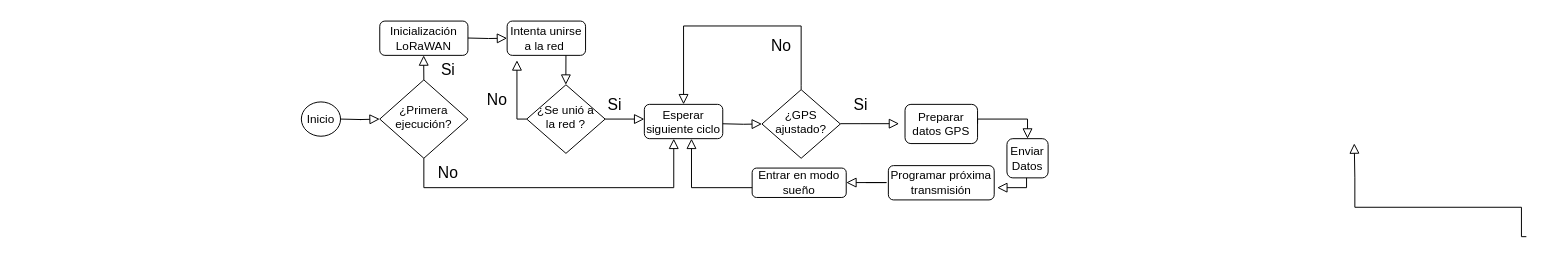
Above: page "Copia de Page-1" (2 of 3) of diagramadeflujoRFID.drawio in Sasarindo00/Ingenieria-6semestre (draw.io), before the change. Source tidied: cells renumbered, new cells numbered last; positions are measured from the earlier drawing's top-left corner, leaving out a move shared by most shapes. Both pictures are drawn from the tidied source at 98%, with x=0, y=0 at pixel (301, 21).
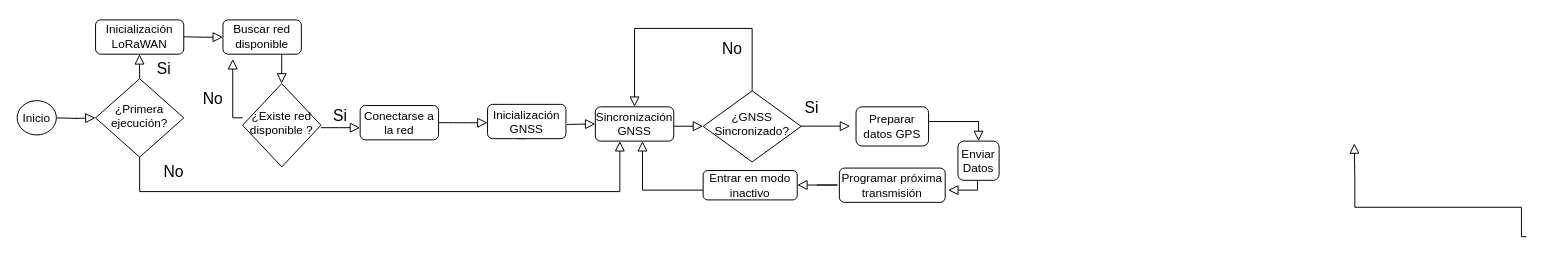
The same page after the edit.

What changed in the source:
```diff
@@
     <mxCell id="2" style="rounded=0;html=1;jettySize=auto;orthogonalLoop=1;fontSize=11;endArrow=block;endFill=0;endSize=8;strokeWidth=1;shadow=0;labelBackgroundColor=none;edgeStyle=orthogonalEdgeStyle;" parent="1" edge="1">
       <mxGeometry relative="1" as="geometry">
-        <mxPoint x="40" y="100" as="sourcePoint" />
-        <mxPoint x="80" y="100" as="targetPoint" />
+        <mxPoint x="-250" y="98.8" as="sourcePoint" />
+        <mxPoint x="-210" y="98.8" as="targetPoint" />
       </mxGeometry>
     </mxCell>
     <mxCell id="3" value="Inicio" style="ellipse;whiteSpace=wrap;html=1;" parent="1" vertex="1">
-      <mxGeometry y="82.5" width="40" height="35" as="geometry" />
+      <mxGeometry x="-290" y="81.2" width="40" height="35" as="geometry" />
     </mxCell>
@@
     <mxCell id="5" value="Si" style="text;html=1;align=center;verticalAlign=middle;whiteSpace=wrap;rounded=0;fontSize=16;" parent="1" vertex="1">
-      <mxGeometry x="120" y="35" width="60" height="30" as="geometry" />
+      <mxGeometry x="-170" y="33.8" width="60" height="30" as="geometry" />
     </mxCell>
     <mxCell id="6" value="¿Primera ejecución?" style="rhombus;whiteSpace=wrap;html=1;shadow=0;fontFamily=Helvetica;fontSize=12;align=center;strokeWidth=1;spacing=6;spacingTop=-4;" parent="1" vertex="1">
-      <mxGeometry x="80" y="60" width="90" height="80" as="geometry" />
+      <mxGeometry x="-210" y="58.8" width="90" height="80" as="geometry" />
     </mxCell>
     <mxCell id="7" style="rounded=0;html=1;jettySize=auto;orthogonalLoop=1;fontSize=11;endArrow=block;endFill=0;endSize=8;strokeWidth=1;shadow=0;labelBackgroundColor=none;edgeStyle=orthogonalEdgeStyle;" parent="1" edge="1">
       <mxGeometry relative="1" as="geometry">
-        <mxPoint x="510" y="70" as="sourcePoint" />
-        <mxPoint x="390" y="85" as="targetPoint" />
+        <mxPoint x="460" y="72.5" as="sourcePoint" />
+        <mxPoint x="340" y="87.5" as="targetPoint" />
         <Array as="points">
-          <mxPoint x="510" y="66" />
-          <mxPoint x="510" y="5" />
-          <mxPoint x="390" y="5" />
+          <mxPoint x="460" y="68.5" />
+          <mxPoint x="460" y="7.5" />
+          <mxPoint x="340" y="7.5" />
         </Array>
       </mxGeometry>
     </mxCell>
     <mxCell id="8" value="No" style="text;html=1;align=center;verticalAlign=middle;whiteSpace=wrap;rounded=0;fontSize=16;" parent="1" vertex="1">
-      <mxGeometry x="460" y="10" width="60" height="30" as="geometry" />
+      <mxGeometry x="410" y="12.5" width="60" height="30" as="geometry" />
     </mxCell>
     <mxCell id="9" style="rounded=0;html=1;jettySize=auto;orthogonalLoop=1;fontSize=11;endArrow=block;endFill=0;endSize=8;strokeWidth=1;shadow=0;labelBackgroundColor=none;edgeStyle=orthogonalEdgeStyle;" parent="1" edge="1">
       <mxGeometry relative="1" as="geometry">
-        <mxPoint x="550" y="104.7" as="sourcePoint" />
-        <mxPoint x="610" y="104.7" as="targetPoint" />
+        <mxPoint x="500" y="107.2" as="sourcePoint" />
+        <mxPoint x="560" y="107.2" as="targetPoint" />
         <Array as="points">
-          <mxPoint x="571" y="105.1" />
-          <mxPoint x="571" y="105.1" />
+          <mxPoint x="521" y="107.6" />
+          <mxPoint x="521" y="107.6" />
         </Array>
       </mxGeometry>
     </mxCell>
     <mxCell id="10" value="Si" style="text;html=1;align=center;verticalAlign=middle;whiteSpace=wrap;rounded=0;fontSize=16;" parent="1" vertex="1">
-      <mxGeometry x="541" y="70" width="60" height="30" as="geometry" />
+      <mxGeometry x="491" y="72.5" width="60" height="30" as="geometry" />
     </mxCell>
     <mxCell id="11" value="Inicialización LoRaWAN" style="rounded=1;whiteSpace=wrap;html=1;fontSize=12;glass=0;strokeWidth=1;shadow=0;" parent="1" vertex="1">
-      <mxGeometry x="80" width="90" height="35" as="geometry" />
+      <mxGeometry x="-210" y="-1.2" width="90" height="35" as="geometry" />
     </mxCell>
-    <mxCell id="12" value="Esperar siguiente ciclo" style="rounded=1;whiteSpace=wrap;html=1;fontSize=12;glass=0;strokeWidth=1;shadow=0;" parent="1" vertex="1">
-      <mxGeometry x="350" y="85" width="80" height="35" as="geometry" />
-    </mxCell>
     <mxCell id="13" style="rounded=0;html=1;jettySize=auto;orthogonalLoop=1;fontSize=11;endArrow=block;endFill=0;endSize=8;strokeWidth=1;shadow=0;labelBackgroundColor=none;edgeStyle=orthogonalEdgeStyle;entryX=0;entryY=1;entryDx=0;entryDy=0;" parent="1" edge="1">
       <mxGeometry relative="1" as="geometry">
-        <mxPoint x="310" y="100" as="sourcePoint" />
-        <mxPoint x="350" y="100" as="targetPoint" />
+        <mxPoint x="20" y="108.8" as="sourcePoint" />
+        <mxPoint x="60" y="108.8" as="targetPoint" />
         <Array as="points">
-          <mxPoint x="310" y="100" />
+          <mxPoint x="20" y="108.8" />
         </Array>
       </mxGeometry>
     </mxCell>
-    <mxCell id="14" value="¿GPS ajustado?" style="rhombus;whiteSpace=wrap;html=1;shadow=0;fontFamily=Helvetica;fontSize=12;align=center;strokeWidth=1;spacing=6;spacingTop=-4;" parent="1" vertex="1">
-      <mxGeometry x="470" y="70" width="80" height="70" as="geometry" />
+    <mxCell id="14" value="¿GNSS Sincronizado?" style="rhombus;whiteSpace=wrap;html=1;shadow=0;fontFamily=Helvetica;fontSize=12;align=center;strokeWidth=1;spacing=6;spacingTop=-4;" parent="1" vertex="1">
+      <mxGeometry x="410" y="71.2" width="100" height="72.5" as="geometry" />
     </mxCell>
     <mxCell id="15" style="rounded=0;html=1;jettySize=auto;orthogonalLoop=1;fontSize=11;endArrow=block;endFill=0;endSize=8;strokeWidth=1;shadow=0;labelBackgroundColor=none;edgeStyle=orthogonalEdgeStyle;" parent="1" edge="1">
       <mxGeometry relative="1" as="geometry">
-        <mxPoint x="430" y="104.8" as="sourcePoint" />
-        <mxPoint x="470" y="105" as="targetPoint" />
+        <mxPoint x="380" y="107.3" as="sourcePoint" />
+        <mxPoint x="410" y="108" as="targetPoint" />
       </mxGeometry>
     </mxCell>
     <mxCell id="16" value="Preparar datos GPS" style="rounded=1;whiteSpace=wrap;html=1;fontSize=12;glass=0;strokeWidth=1;shadow=0;" parent="1" vertex="1">
-      <mxGeometry x="616" y="85" width="74" height="40" as="geometry" />
+      <mxGeometry x="566" y="87.5" width="74" height="40" as="geometry" />
     </mxCell>
     <mxCell id="17" value="Enviar Datos" style="rounded=1;whiteSpace=wrap;html=1;fontSize=12;glass=0;strokeWidth=1;shadow=0;" parent="1" vertex="1">
-      <mxGeometry x="720" y="120" width="42" height="40" as="geometry" />
+      <mxGeometry x="670" y="122.5" width="42" height="40" as="geometry" />
     </mxCell>
     <mxCell id="18" style="rounded=0;html=1;jettySize=auto;fontSize=11;endArrow=block;endFill=0;endSize=8;strokeWidth=1;shadow=0;labelBackgroundColor=none;edgeStyle=orthogonalEdgeStyle;entryX=0.5;entryY=0;entryDx=0;entryDy=0;" parent="1" edge="1" target="17">
       <mxGeometry relative="1" as="geometry">
-        <mxPoint x="690" y="104.8" as="sourcePoint" />
+        <mxPoint x="640" y="107.3" as="sourcePoint" />
         <Array as="points">
-          <mxPoint x="690" y="100" />
-          <mxPoint x="741" y="100" />
+          <mxPoint x="640" y="102.5" />
+          <mxPoint x="691" y="102.5" />
         </Array>
       </mxGeometry>
     </mxCell>
     <mxCell id="19" value="Programar próxima transmisión" style="rounded=1;whiteSpace=wrap;html=1;fontSize=12;glass=0;strokeWidth=1;shadow=0;" parent="1" vertex="1">
-      <mxGeometry x="599" y="147.5" width="108" height="35" as="geometry" />
+      <mxGeometry x="549" y="150" width="108" height="35" as="geometry" />
     </mxCell>
     <mxCell id="20" style="rounded=0;html=1;jettySize=auto;orthogonalLoop=1;fontSize=11;endArrow=block;endFill=0;endSize=8;strokeWidth=1;shadow=0;labelBackgroundColor=none;edgeStyle=orthogonalEdgeStyle;" parent="1" edge="1">
       <mxGeometry relative="1" as="geometry">
-        <mxPoint x="740" y="160" as="sourcePoint" />
-        <mxPoint x="710" y="170" as="targetPoint" />
+        <mxPoint x="690" y="162.5" as="sourcePoint" />
+        <mxPoint x="660" y="172.5" as="targetPoint" />
         <Array as="points">
-          <mxPoint x="740" y="170" />
+          <mxPoint x="690" y="172.5" />
         </Array>
       </mxGeometry>
     </mxCell>
-    <mxCell id="21" value="Entrar en modo sueño" style="rounded=1;whiteSpace=wrap;html=1;fontSize=12;glass=0;strokeWidth=1;shadow=0;" parent="1" vertex="1">
-      <mxGeometry x="460" y="150" width="96" height="30" as="geometry" />
+    <mxCell id="21" value="Entrar en modo inactivo" style="rounded=1;whiteSpace=wrap;html=1;fontSize=12;glass=0;strokeWidth=1;shadow=0;" parent="1" vertex="1">
+      <mxGeometry x="410" y="152.5" width="96" height="30" as="geometry" />
     </mxCell>
     <mxCell id="22" style="rounded=0;html=1;jettySize=auto;orthogonalLoop=1;fontSize=11;endArrow=block;endFill=0;endSize=8;strokeWidth=1;shadow=0;labelBackgroundColor=none;edgeStyle=orthogonalEdgeStyle;" parent="1" edge="1">
       <mxGeometry relative="1" as="geometry">
-        <mxPoint x="460" y="170" as="sourcePoint" />
-        <mxPoint x="398.1" y="120" as="targetPoint" />
+        <mxPoint x="410" y="172.5" as="sourcePoint" />
+        <mxPoint x="348.1" y="122.5" as="targetPoint" />
         <Array as="points">
-          <mxPoint x="398" y="170" />
+          <mxPoint x="348" y="172.5" />
         </Array>
       </mxGeometry>
     </mxCell>
     <mxCell id="23" style="rounded=0;html=1;jettySize=auto;orthogonalLoop=1;fontSize=11;endArrow=block;endFill=0;endSize=8;strokeWidth=1;shadow=0;labelBackgroundColor=none;edgeStyle=orthogonalEdgeStyle;" parent="1" edge="1">
       <mxGeometry relative="1" as="geometry">
-        <mxPoint x="125" y="60" as="sourcePoint" />
-        <mxPoint x="124.8" y="35" as="targetPoint" />
+        <mxPoint x="-165" y="58.8" as="sourcePoint" />
+        <mxPoint x="-165.2" y="33.8" as="targetPoint" />
       </mxGeometry>
     </mxCell>
-    <mxCell id="24" value="Intenta unirse a la red&amp;nbsp;" style="rounded=1;whiteSpace=wrap;html=1;fontSize=12;glass=0;strokeWidth=1;shadow=0;" parent="1" vertex="1">
-      <mxGeometry x="210" width="80" height="35" as="geometry" />
+    <mxCell id="24" value="Buscar red disponible" style="rounded=1;whiteSpace=wrap;html=1;fontSize=12;glass=0;strokeWidth=1;shadow=0;" parent="1" vertex="1">
+      <mxGeometry x="-80" y="-1.2" width="80" height="35" as="geometry" />
     </mxCell>
-    <mxCell id="25" value="¿Se unió a la red ?" style="rhombus;whiteSpace=wrap;html=1;shadow=0;fontFamily=Helvetica;fontSize=12;align=center;strokeWidth=1;spacing=6;spacingTop=-4;" parent="1" vertex="1">
-      <mxGeometry x="230" y="65" width="80" height="70" as="geometry" />
+    <mxCell id="25" value="¿Existe red disponible ?" style="rhombus;whiteSpace=wrap;html=1;shadow=0;fontFamily=Helvetica;fontSize=12;align=center;strokeWidth=1;spacing=6;spacingTop=-4;" parent="1" vertex="1">
+      <mxGeometry x="-60" y="63.8" width="80" height="85" as="geometry" />
     </mxCell>
     <mxCell id="26" value="No" style="text;html=1;align=center;verticalAlign=middle;whiteSpace=wrap;rounded=0;fontSize=16;" parent="1" vertex="1">
-      <mxGeometry x="170" y="65" width="60" height="30" as="geometry" />
+      <mxGeometry x="-120" y="63.8" width="60" height="30" as="geometry" />
     </mxCell>
     <mxCell id="27" value="Si" style="text;html=1;align=center;verticalAlign=middle;whiteSpace=wrap;rounded=0;fontSize=16;" parent="1" vertex="1">
-      <mxGeometry x="290" y="70" width="60" height="30" as="geometry" />
+      <mxGeometry x="10" y="81.2" width="60" height="30" as="geometry" />
     </mxCell>
-    <mxCell id="28" style="rounded=0;html=1;jettySize=auto;fontSize=11;endArrow=block;endFill=0;endSize=8;strokeWidth=1;shadow=0;labelBackgroundColor=none;edgeStyle=orthogonalEdgeStyle;exitX=0.5;exitY=1;exitDx=0;exitDy=0;" parent="1" edge="1" source="6">
+    <mxCell id="28" style="rounded=0;html=1;jettySize=auto;fontSize=11;endArrow=block;endFill=0;endSize=8;strokeWidth=1;shadow=0;labelBackgroundColor=none;edgeStyle=orthogonalEdgeStyle;exitX=0.5;exitY=1;exitDx=0;exitDy=0;" parent="1" edge="1" source="12">
       <mxGeometry relative="1" as="geometry">
-        <mxPoint x="380" y="120" as="targetPoint" />
-        <Array as="points">
-          <mxPoint x="125" y="170" />
-          <mxPoint x="380" y="170" />
-        </Array>
+        <mxPoint x="220" y="121.2" as="targetPoint" />
       </mxGeometry>
     </mxCell>
     <mxCell id="29" value="No" style="text;html=1;align=center;verticalAlign=middle;whiteSpace=wrap;rounded=0;fontSize=16;" parent="1" vertex="1">
-      <mxGeometry x="120" y="140" width="60" height="30" as="geometry" />
+      <mxGeometry x="-160" y="138.8" width="60" height="30" as="geometry" />
     </mxCell>
     <mxCell id="30" style="rounded=0;html=1;jettySize=auto;fontSize=11;endArrow=block;endFill=0;endSize=8;strokeWidth=1;shadow=0;labelBackgroundColor=none;edgeStyle=orthogonalEdgeStyle;entryX=0;entryY=0.5;entryDx=0;entryDy=0;" parent="1" edge="1" target="24">
       <mxGeometry relative="1" as="geometry">
-        <mxPoint x="170" y="17.3" as="sourcePoint" />
+        <mxPoint x="-120" y="16" as="sourcePoint" />
       </mxGeometry>
     </mxCell>
     <mxCell id="31" style="rounded=0;html=1;jettySize=auto;orthogonalLoop=1;fontSize=11;endArrow=block;endFill=0;endSize=8;strokeWidth=1;shadow=0;labelBackgroundColor=none;edgeStyle=orthogonalEdgeStyle;" parent="1" edge="1">
       <mxGeometry relative="1" as="geometry">
-        <mxPoint x="576" y="164.8" as="sourcePoint" />
-        <mxPoint x="556" y="164.8" as="targetPoint" />
+        <mxPoint x="526" y="167.3" as="sourcePoint" />
+        <mxPoint x="506" y="167.3" as="targetPoint" />
         <Array as="points">
-          <mxPoint x="597" y="165.1" />
-          <mxPoint x="597" y="165.1" />
+          <mxPoint x="547" y="167.6" />
+          <mxPoint x="547" y="167.6" />
         </Array>
       </mxGeometry>
     </mxCell>
     <mxCell id="32" style="rounded=0;html=1;jettySize=auto;fontSize=11;endArrow=block;endFill=0;endSize=8;strokeWidth=1;shadow=0;labelBackgroundColor=none;edgeStyle=orthogonalEdgeStyle;exitX=0.75;exitY=1;exitDx=0;exitDy=0;" parent="1" edge="1" source="24">
       <mxGeometry relative="1" as="geometry">
-        <mxPoint x="269.9" y="65" as="targetPoint" />
+        <mxPoint x="-20.1" y="63.8" as="targetPoint" />
       </mxGeometry>
     </mxCell>
     <mxCell id="33" style="rounded=0;html=1;jettySize=auto;orthogonalLoop=1;fontSize=11;endArrow=block;endFill=0;endSize=8;strokeWidth=1;shadow=0;labelBackgroundColor=none;edgeStyle=orthogonalEdgeStyle;" parent="1" edge="1">
       <mxGeometry relative="1" as="geometry">
-        <mxPoint x="230" y="100" as="sourcePoint" />
-        <mxPoint x="220" y="40" as="targetPoint" />
+        <mxPoint x="-60" y="98.7" as="sourcePoint" />
+        <mxPoint x="-70" y="38.8" as="targetPoint" />
         <Array as="points">
-          <mxPoint x="220" y="100" />
-          <mxPoint x="220" y="40" />
+          <mxPoint x="-70" y="98.8" />
+          <mxPoint x="-70" y="38.8" />
         </Array>
       </mxGeometry>
     </mxCell>
+    <mxCell id="34" style="edgeStyle=none;curved=1;rounded=0;jettySize=auto;html=1;exitX=1;exitY=0.5;exitDx=0;exitDy=0;entryX=0;entryY=0.5;entryDx=0;entryDy=0;fontSize=12;startSize=8;endSize=8;endArrow=block;endFill=0;" parent="1" edge="1" source="35">
+      <mxGeometry relative="1" as="geometry">
+        <mxPoint x="190" y="103.8" as="targetPoint" />
+      </mxGeometry>
+    </mxCell>
+    <mxCell id="35" value="Conectarse a la red" style="rounded=1;whiteSpace=wrap;html=1;fontSize=12;glass=0;strokeWidth=1;shadow=0;" parent="1" vertex="1">
+      <mxGeometry x="60" y="86.2" width="80" height="35" as="geometry" />
+    </mxCell>
+    <mxCell id="36" style="rounded=0;html=1;jettySize=auto;fontSize=11;endArrow=block;endFill=0;endSize=8;strokeWidth=1;shadow=0;labelBackgroundColor=none;edgeStyle=orthogonalEdgeStyle;exitX=0.5;exitY=1;exitDx=0;exitDy=0;" parent="1" edge="1" source="6">
+      <mxGeometry relative="1" as="geometry">
+        <mxPoint x="325" y="122.5" as="targetPoint" />
+        <Array as="points">
+          <mxPoint x="-165" y="174" />
+          <mxPoint x="325" y="174" />
+        </Array>
+      </mxGeometry>
+    </mxCell>
+    <mxCell id="37" style="edgeStyle=none;curved=1;rounded=0;jettySize=auto;html=1;exitX=1.013;exitY=0.585;exitDx=0;exitDy=0;entryX=0;entryY=0.5;entryDx=0;entryDy=0;fontSize=12;startSize=8;endSize=8;exitPerimeter=0;endArrow=block;endFill=0;" parent="1" edge="1" source="12" target="38">
+      <mxGeometry relative="1" as="geometry" />
+    </mxCell>
+    <mxCell id="12" value="Inicialización GNSS" style="rounded=1;whiteSpace=wrap;html=1;fontSize=12;glass=0;strokeWidth=1;shadow=0;" parent="1" vertex="1">
+      <mxGeometry x="190" y="85" width="80" height="35" as="geometry" />
+    </mxCell>
+    <mxCell id="38" value="Sincronización GNSS" style="rounded=1;whiteSpace=wrap;html=1;fontSize=12;glass=0;strokeWidth=1;shadow=0;" parent="1" vertex="1">
+      <mxGeometry x="300" y="87.5" width="80" height="35" as="geometry" />
+    </mxCell>
```
